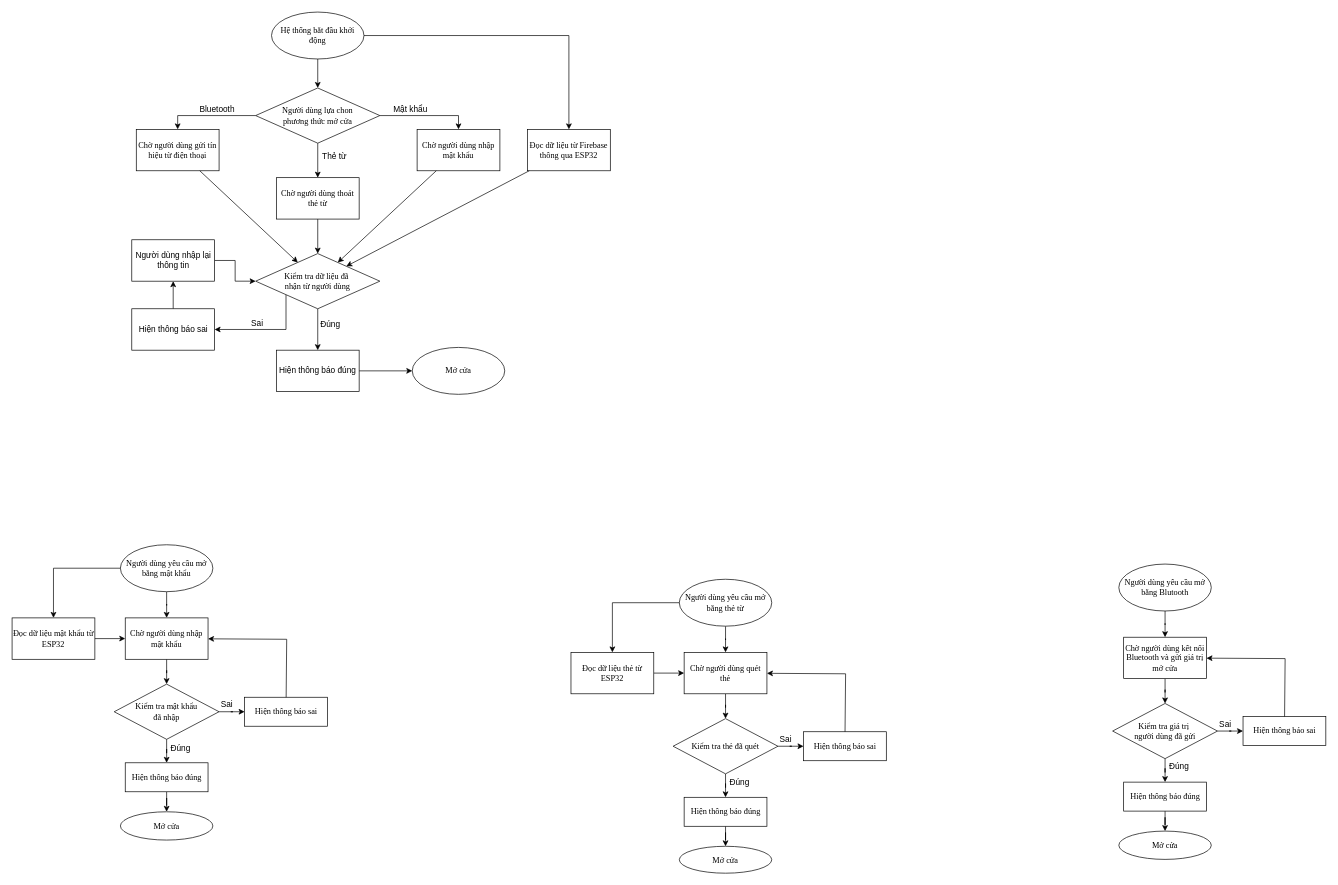
Above: thuat_toan.drawio in 2uaan/door (draw.io), before the change. Source tidied: cells renumbered, new cells numbered last; positions are measured from the earlier drawing's top-left corner, leaving out a move shared by most shapes. Both pictures are drawn from the tidied source at 69%, with x=0, y=0 at pixel (12, 12).
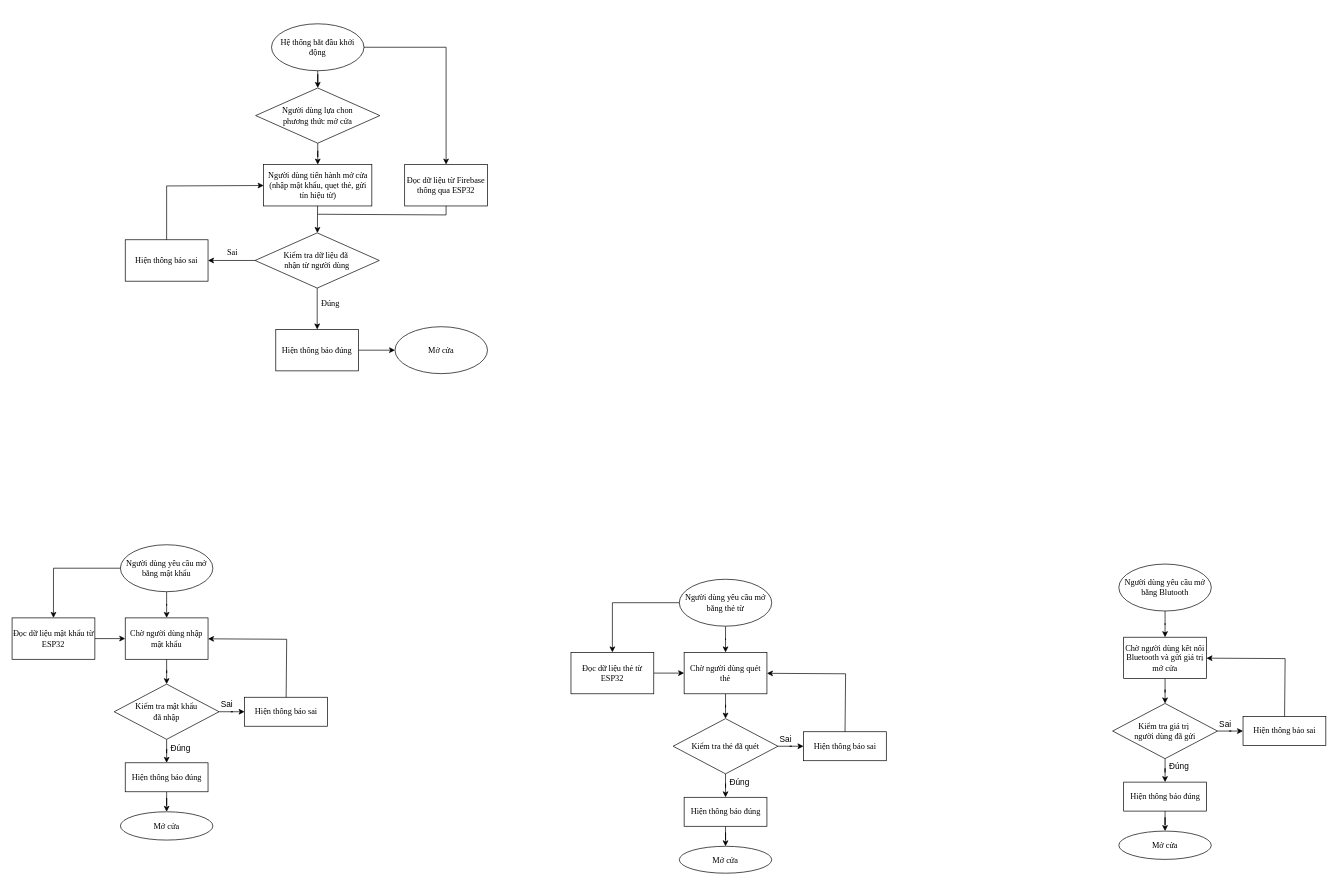
The same diagram, later.

Change to the diagram source:
```diff
@@
-    <mxCell id="50" style="group;" parent="1" vertex="1">
-      <mxGeometry x="173.5" width="693.5" height="554" as="geometry" />
-    </mxCell>
-    <mxCell id="51" style="edgeStyle=orthogonalEdgeStyle;rounded=0;jettySize=auto;html=1;" parent="50" edge="1" source="53" target="68">
+    <mxCell id="51" style="edgeStyle=orthogonalEdgeStyle;rounded=0;jettySize=auto;html=1;" parent="1" edge="1" source="53" target="68">
       <mxGeometry relative="1" as="geometry" />
     </mxCell>
-    <mxCell id="52" style="edgeStyle=orthogonalEdgeStyle;rounded=0;jettySize=auto;html=1;" parent="50" edge="1" source="53" target="58">
+    <mxCell id="52" style="edgeStyle=orthogonalEdgeStyle;rounded=0;jettySize=auto;html=1;" parent="1" edge="1" source="53" target="58">
       <mxGeometry relative="1" as="geometry" />
     </mxCell>
-    <mxCell id="53" value="Hệ thống bắt đầu khởi động" style="ellipse;whiteSpace=wrap;html=1;rounded=0;strokeColor=default;align=center;verticalAlign=middle;fontFamily=Times New Roman;fontSize=12;fontColor=default;fillColor=default;" parent="50" vertex="1">
-      <mxGeometry x="202.5" width="134" height="68" as="geometry" />
+    <mxCell id="53" value="Hệ thống bắt đầu khởi động" style="ellipse;whiteSpace=wrap;html=1;rounded=0;strokeColor=default;align=center;verticalAlign=middle;fontFamily=Times New Roman;fontSize=12;fontColor=default;fillColor=default;" parent="1" vertex="1">
+      <mxGeometry x="376" y="17" width="134" height="68" as="geometry" />
     </mxCell>
-    <mxCell id="54" value="Chờ người dùng gửi tín hiệu từ điện thoại" style="rounded=0;whiteSpace=wrap;html=1;strokeColor=default;align=center;verticalAlign=middle;fontFamily=Times New Roman;fontSize=12;fontColor=default;fillColor=default;" parent="50" vertex="1">
-      <mxGeometry x="6.5" y="170" width="120" height="60" as="geometry" />
-    </mxCell>
-    <mxCell id="55" style="edgeStyle=orthogonalEdgeStyle;rounded=0;jettySize=auto;html=1;" parent="50" edge="1" source="58" target="61">
-      <mxGeometry relative="1" as="geometry" />
-    </mxCell>
-    <mxCell id="56" style="edgeStyle=orthogonalEdgeStyle;rounded=0;jettySize=auto;html=1;" parent="50" edge="1" source="58" target="59">
-      <mxGeometry relative="1" as="geometry">
-        <Array as="points">
-          <mxPoint x="473.5" y="150" />
-        </Array>
-      </mxGeometry>
-    </mxCell>
-    <mxCell id="57" style="edgeStyle=orthogonalEdgeStyle;rounded=0;jettySize=auto;html=1;" parent="50" edge="1" source="58" target="54">
-      <mxGeometry relative="1" as="geometry">
-        <Array as="points">
-          <mxPoint x="66.5" y="150" />
-        </Array>
-      </mxGeometry>
-    </mxCell>
+    <mxCell id="81" style="edgeStyle=orthogonalEdgeStyle;rounded=0;jettySize=auto;html=1;" parent="1" edge="1" source="58" target="82">
+      <mxGeometry relative="1" as="geometry" />
+    </mxCell>
-    <mxCell id="58" value="Người dùng lựa chon&lt;div&gt;phương thức mở cửa&lt;/div&gt;" style="rhombus;whiteSpace=wrap;html=1;rounded=0;strokeColor=default;align=center;verticalAlign=middle;fontFamily=Times New Roman;fontSize=12;fontColor=default;fillColor=default;" parent="50" vertex="1">
-      <mxGeometry x="179.5" y="110" width="180" height="80" as="geometry" />
+    <mxCell id="58" value="Người dùng lựa chon&lt;div&gt;phương thức mở cửa&lt;/div&gt;" style="rhombus;whiteSpace=wrap;html=1;rounded=0;strokeColor=default;align=center;verticalAlign=middle;fontFamily=Times New Roman;fontSize=12;fontColor=default;fillColor=default;" parent="1" vertex="1">
+      <mxGeometry x="353" y="110" width="180" height="80" as="geometry" />
     </mxCell>
-    <mxCell id="59" value="Chờ người dùng nhập mật khẩu" style="rounded=0;whiteSpace=wrap;html=1;strokeColor=default;align=center;verticalAlign=middle;fontFamily=Times New Roman;fontSize=12;fontColor=default;fillColor=default;" parent="50" vertex="1">
-      <mxGeometry x="413.5" y="170" width="120" height="60" as="geometry" />
-    </mxCell>
-    <mxCell id="60" style="edgeStyle=orthogonalEdgeStyle;rounded=0;jettySize=auto;html=1;" parent="50" edge="1" source="61" target="67">
-      <mxGeometry relative="1" as="geometry" />
-    </mxCell>
-    <mxCell id="61" value="Chờ người dùng thoát thẻ từ" style="rounded=0;whiteSpace=wrap;html=1;strokeColor=default;align=center;verticalAlign=middle;fontFamily=Times New Roman;fontSize=12;fontColor=default;fillColor=default;" parent="50" vertex="1">
-      <mxGeometry x="209.5" y="240" width="120" height="60" as="geometry" />
-    </mxCell>
-    <mxCell id="62" value="Bluetooth" style="text;html=1;align=center;verticalAlign=middle;strokeColor=none;fillColor=none;" parent="50" vertex="1">
-      <mxGeometry x="88.5" y="126" width="70" height="30" as="geometry" />
-    </mxCell>
-    <mxCell id="63" value="Mật khẩu" style="text;html=1;align=center;verticalAlign=middle;strokeColor=none;fillColor=none;" parent="50" vertex="1">
-      <mxGeometry x="368.5" y="126" width="70" height="30" as="geometry" />
-    </mxCell>
-    <mxCell id="64" value="Thẻ từ" style="text;html=1;align=center;verticalAlign=middle;strokeColor=none;fillColor=none;" parent="50" vertex="1">
-      <mxGeometry x="263.5" y="194" width="60" height="30" as="geometry" />
-    </mxCell>
-    <mxCell id="65" style="edgeStyle=orthogonalEdgeStyle;rounded=0;jettySize=auto;html=1;" parent="50" edge="1" source="67" target="73">
-      <mxGeometry relative="1" as="geometry">
-        <Array as="points">
-          <mxPoint x="223.5" y="460" />
-        </Array>
-      </mxGeometry>
-    </mxCell>
-    <mxCell id="66" style="edgeStyle=orthogonalEdgeStyle;rounded=0;jettySize=auto;html=1;" parent="50" edge="1" source="67" target="75">
+    <mxCell id="66" style="edgeStyle=orthogonalEdgeStyle;rounded=0;jettySize=auto;html=1;" parent="1" edge="1" source="67" target="75">
       <mxGeometry relative="1" as="geometry" />
     </mxCell>
-    <mxCell id="67" value="Kiểm tra dữ liệu đã&amp;nbsp;&lt;div&gt;nhận từ người dùng&lt;/div&gt;" style="rhombus;whiteSpace=wrap;html=1;rounded=0;strokeColor=default;align=center;verticalAlign=middle;fontFamily=Times New Roman;fontSize=12;fontColor=default;fillColor=default;" parent="50" vertex="1">
-      <mxGeometry x="179.5" y="350" width="180" height="80" as="geometry" />
+    <mxCell id="67" value="Kiểm tra dữ liệu đã&amp;nbsp;&lt;div&gt;nhận từ người dùng&lt;/div&gt;" style="rhombus;whiteSpace=wrap;html=1;rounded=0;strokeColor=default;align=center;verticalAlign=middle;fontFamily=Times New Roman;fontSize=12;fontColor=default;fillColor=default;" parent="1" vertex="1">
+      <mxGeometry x="352.2" y="320" width="180" height="80" as="geometry" />
     </mxCell>
-    <mxCell id="68" value="Đọc dữ liệu từ Firebase thông qua ESP32" style="rounded=0;whiteSpace=wrap;html=1;strokeColor=default;align=center;verticalAlign=middle;fontFamily=Times New Roman;fontSize=12;fontColor=default;fillColor=default;" parent="50" vertex="1">
-      <mxGeometry x="573.5" y="170" width="120" height="60" as="geometry" />
+    <mxCell id="68" value="Đọc dữ liệu từ Firebase thông qua ESP32" style="rounded=0;whiteSpace=wrap;html=1;strokeColor=default;align=center;verticalAlign=middle;fontFamily=Times New Roman;fontSize=12;fontColor=default;fillColor=default;" parent="1" vertex="1">
+      <mxGeometry x="569" y="221" width="120" height="60" as="geometry" />
     </mxCell>
-    <mxCell id="69" style="endArrow=classic;html=1;rounded=0;" parent="50" edge="1" source="59" target="67">
-      <mxGeometry relative="1" as="geometry" />
-    </mxCell>
-    <mxCell id="70" style="endArrow=classic;html=1;rounded=0;" parent="50" edge="1" source="54" target="67">
-      <mxGeometry relative="1" as="geometry" />
-    </mxCell>
-    <mxCell id="71" style="endArrow=classic;html=1;rounded=0;" parent="50" edge="1" source="68" target="67">
-      <mxGeometry relative="1" as="geometry" />
-    </mxCell>
-    <mxCell id="72" style="edgeStyle=orthogonalEdgeStyle;rounded=0;jettySize=auto;html=1;" parent="50" edge="1" source="73" target="77">
-      <mxGeometry relative="1" as="geometry" />
-    </mxCell>
-    <mxCell id="73" value="Hiện thông báo sai" style="rounded=0;whiteSpace=wrap;html=1;" parent="50" vertex="1">
-      <mxGeometry y="430" width="120" height="60" as="geometry" />
+    <mxCell id="73" value="Hiện thông báo sai" style="rounded=0;whiteSpace=wrap;html=1;fontFamily=Times New Roman;" parent="1" vertex="1">
+      <mxGeometry x="164" y="330" width="120" height="60" as="geometry" />
     </mxCell>
-    <mxCell id="74" style="edgeStyle=orthogonalEdgeStyle;rounded=0;jettySize=auto;html=1;" parent="50" edge="1" source="75" target="80">
+    <mxCell id="74" style="edgeStyle=orthogonalEdgeStyle;rounded=0;jettySize=auto;html=1;" parent="1" edge="1" source="75" target="80">
       <mxGeometry relative="1" as="geometry" />
     </mxCell>
-    <mxCell id="75" value="Hiện thông báo đúng" style="rounded=0;whiteSpace=wrap;html=1;" parent="50" vertex="1">
-      <mxGeometry x="209.5" y="490" width="120" height="60" as="geometry" />
+    <mxCell id="75" value="Hiện thông báo đúng" style="rounded=0;whiteSpace=wrap;html=1;fontFamily=Times New Roman;" parent="1" vertex="1">
+      <mxGeometry x="382.2" y="460" width="120" height="60" as="geometry" />
     </mxCell>
-    <mxCell id="76" style="edgeStyle=orthogonalEdgeStyle;rounded=0;jettySize=auto;html=1;" parent="50" edge="1" source="77" target="67">
-      <mxGeometry relative="1" as="geometry" />
-    </mxCell>
-    <mxCell id="77" value="Người dùng nhập lại thông tin" style="rounded=0;whiteSpace=wrap;html=1;" parent="50" vertex="1">
-      <mxGeometry y="330" width="120" height="60" as="geometry" />
-    </mxCell>
-    <mxCell id="78" value="Đúng" style="text;html=1;align=center;verticalAlign=middle;strokeColor=none;fillColor=none;" parent="50" vertex="1">
-      <mxGeometry x="262.5" y="438" width="50" height="30" as="geometry" />
+    <mxCell id="78" value="Đúng" style="text;html=1;align=center;verticalAlign=middle;strokeColor=none;fillColor=none;fontFamily=Times New Roman;" parent="1" vertex="1">
+      <mxGeometry x="438.2" y="410" width="45" height="26" as="geometry" />
     </mxCell>
+    <mxCell id="80" value="Mở cửa" style="ellipse;whiteSpace=wrap;html=1;rounded=0;strokeColor=default;align=center;verticalAlign=middle;fontFamily=Times New Roman;fontSize=12;fontColor=default;fillColor=default;" parent="1" vertex="1">
+      <mxGeometry x="555" y="456" width="134" height="68" as="geometry" />
+    </mxCell>
+    <mxCell id="65" style="endArrow=classic;html=1;rounded=0;" parent="1" edge="1" source="67" target="73">
+      <mxGeometry relative="1" as="geometry" />
+    </mxCell>
-    <mxCell id="79" value="Sai" style="text;html=1;align=center;verticalAlign=middle;strokeColor=none;fillColor=none;" parent="50" vertex="1">
-      <mxGeometry x="161.5" y="436" width="40" height="30" as="geometry" />
+    <mxCell id="79" value="Sai" style="text;html=1;align=center;verticalAlign=middle;strokeColor=none;fillColor=none;fontFamily=Times New Roman;" parent="1" vertex="1">
+      <mxGeometry x="302" y="335" width="33" height="26" as="geometry" />
     </mxCell>
-    <mxCell id="80" value="Mở cửa" style="ellipse;whiteSpace=wrap;html=1;rounded=0;strokeColor=default;align=center;verticalAlign=middle;fontFamily=Times New Roman;fontSize=12;fontColor=default;fillColor=default;" parent="50" vertex="1">
-      <mxGeometry x="406.5" y="486" width="134" height="68" as="geometry" />
-    </mxCell>
+    <mxCell id="82" value="Người dùng tiến hành mở cửa (nhập mật khẩu, quẹt thẻ, gửi tín hiệu từ)" style="rounded=0;whiteSpace=wrap;html=1;fontFamily=Times New Roman;" parent="1" vertex="1">
+      <mxGeometry x="364.6" y="221" width="156.8" height="60" as="geometry" />
+    </mxCell>
+    <mxCell id="83" style="endArrow=classic;html=1;rounded=0;" parent="1" edge="1" source="73" target="82">
+      <mxGeometry relative="1" as="geometry">
+        <Array as="points">
+          <mxPoint x="224" y="252" />
+        </Array>
+      </mxGeometry>
+    </mxCell>
+    <mxCell id="84" style="endArrow=classic;html=1;rounded=0;" parent="1" edge="1" source="82" target="67">
+      <mxGeometry relative="1" as="geometry" />
+    </mxCell>
+    <mxCell id="85" style="endArrow=none;html=1;rounded=0;" parent="1" edge="1" target="68">
+      <mxGeometry relative="1" as="geometry">
+        <mxPoint x="443" y="293" as="sourcePoint" />
+        <Array as="points">
+          <mxPoint x="629" y="294" />
+        </Array>
+      </mxGeometry>
+    </mxCell>
```
